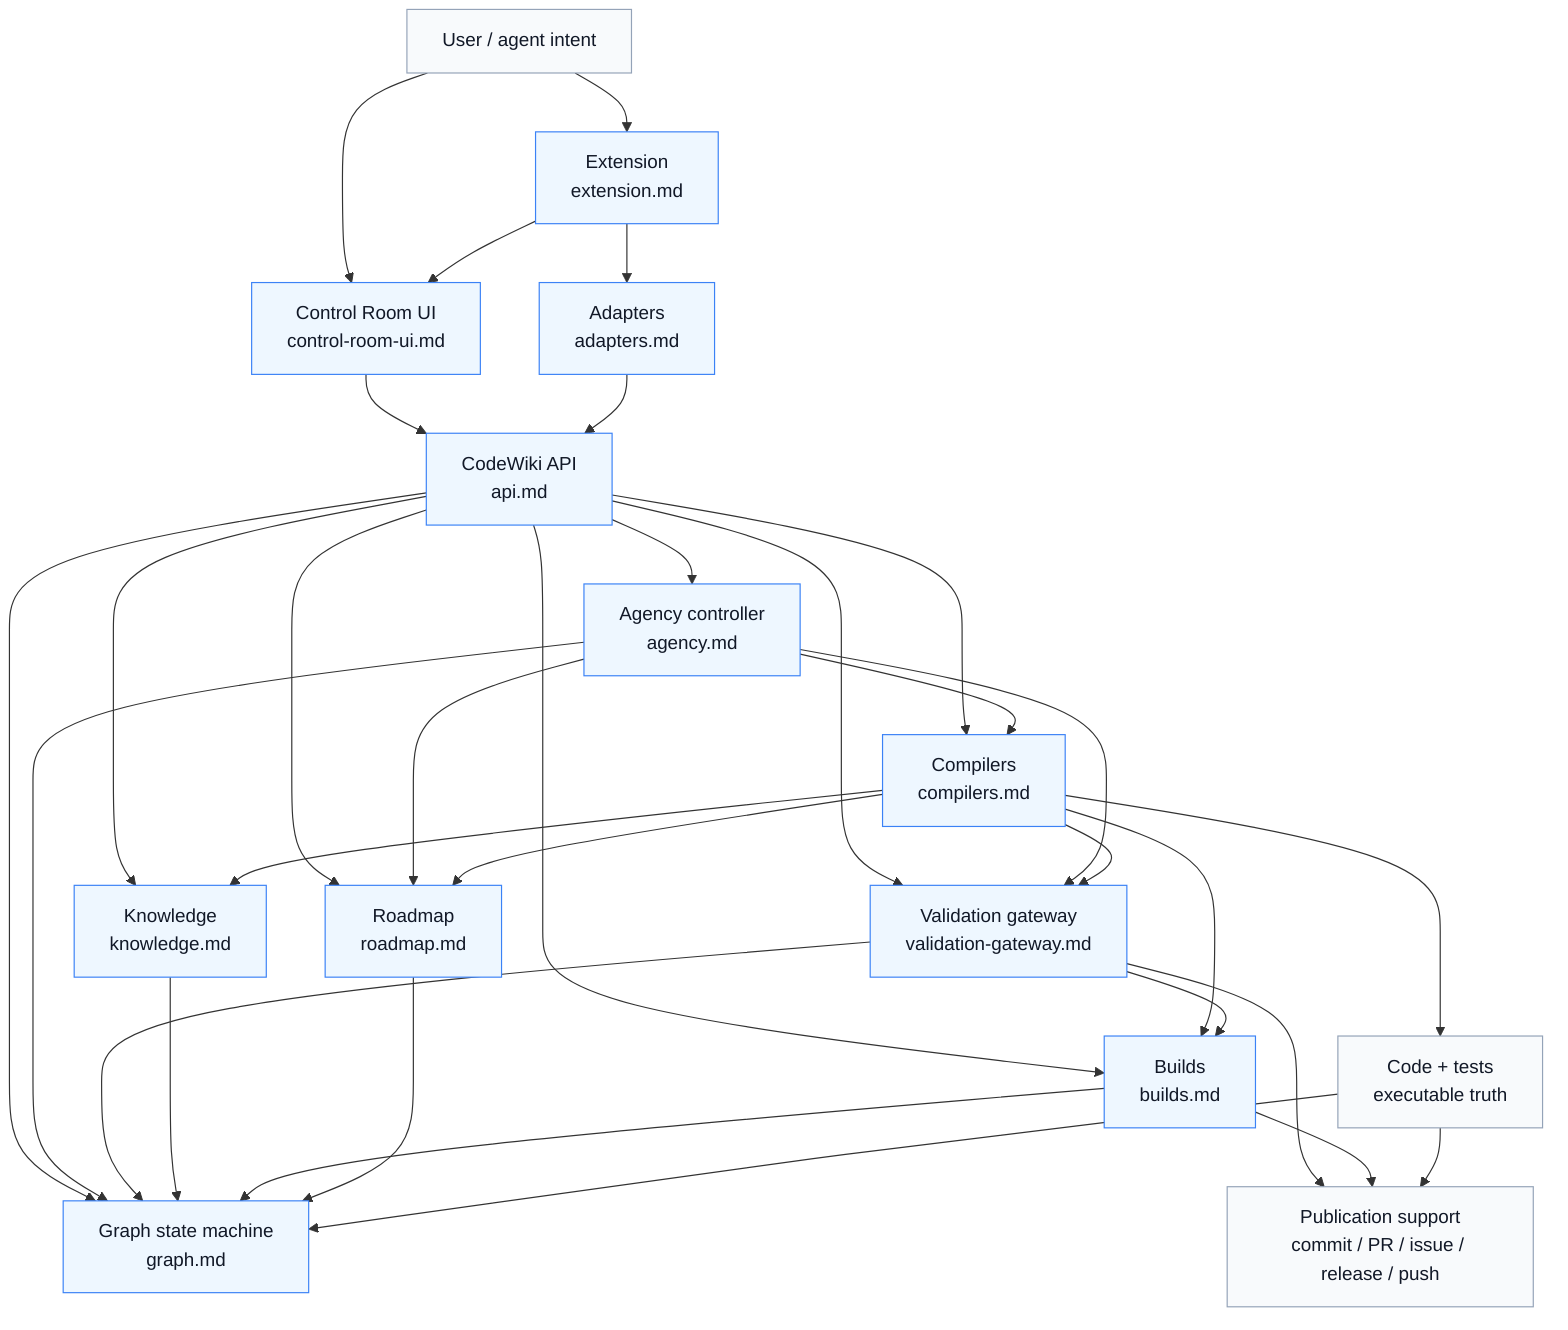
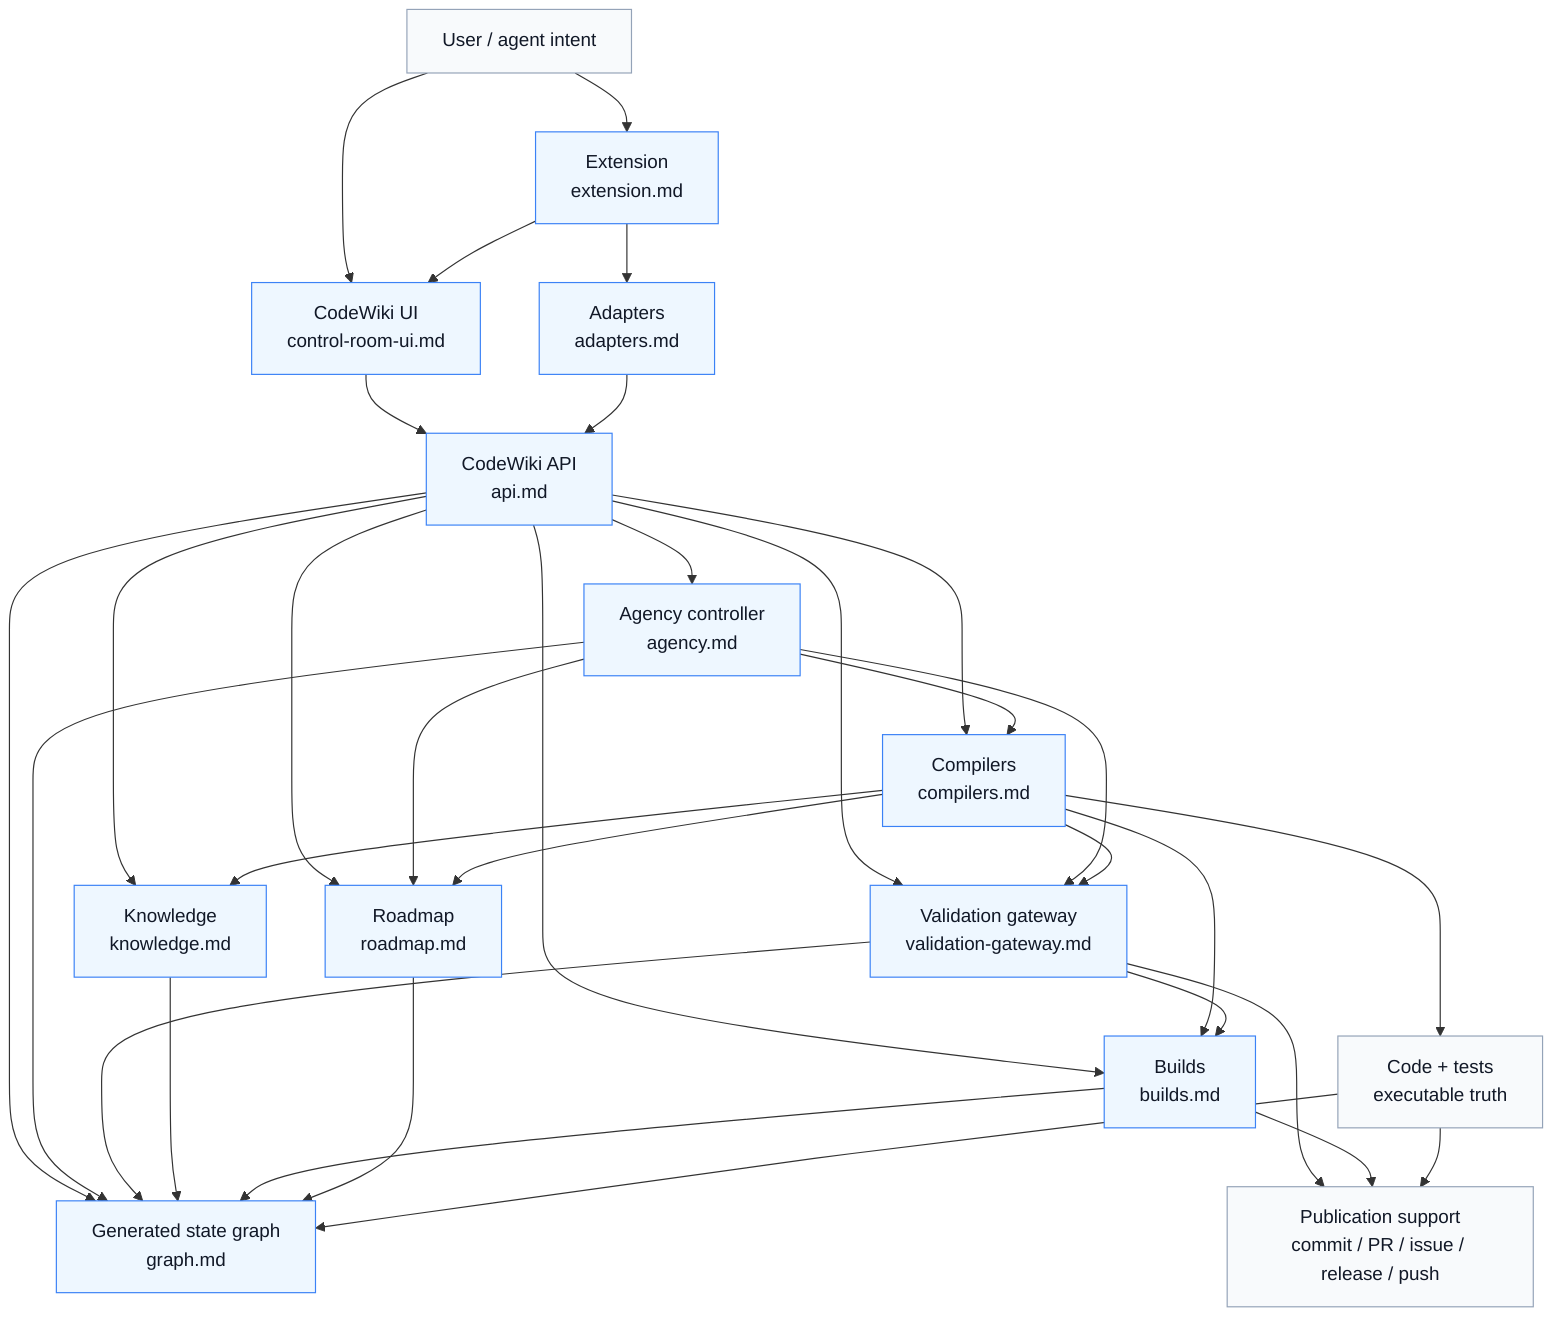
%% CodeWiki system architecture
%% id: spec.system.architecture
- %% updated: 2026-05-09
+ %% updated: 2026-05-16

flowchart TD
  User["User / agent intent"]
-   ControlRoom["Control Room UI\ncontrol-room-ui.md"]
+   ControlRoom["CodeWiki UI\ncontrol-room-ui.md"]
  Extension["Extension\nextension.md"]
  Adapters["Adapters\nadapters.md"]
  API["CodeWiki API\napi.md"]
  Agency["Agency controller\nagency.md"]
  Compilers["Compilers\ncompilers.md"]
  Gateway["Validation gateway\nvalidation-gateway.md"]
  Knowledge["Knowledge\nknowledge.md"]
  Builds["Builds\nbuilds.md"]
  Roadmap["Roadmap\nroadmap.md"]
-   Graph["Graph state machine\ngraph.md"]
+   Graph["Generated state graph\ngraph.md"]
  CodeTests["Code + tests\nexecutable truth"]
  Publication["Publication support\ncommit / PR / issue / release / push"]

  User --> ControlRoom
  User --> Extension
  Extension --> ControlRoom
  Extension --> Adapters
  ControlRoom --> API
  Adapters --> API

  API --> Agency
  API --> Compilers
  API --> Knowledge
  API --> Builds
  API --> Roadmap
  API --> Graph
  API --> Gateway

  Agency --> Graph
  Agency --> Roadmap
  Agency --> Compilers
  Agency --> Gateway

  Compilers --> Builds
  Compilers --> Knowledge
  Compilers --> Roadmap
  Compilers --> CodeTests
  Compilers --> Gateway

  Gateway --> Builds
  Gateway --> Graph
  Gateway --> Publication

  Knowledge --> Graph
  Builds --> Graph
  Roadmap --> Graph
  CodeTests --> Graph

  Builds --> Publication
  CodeTests --> Publication

  classDef component fill:#eef7ff,stroke:#3b82f6,stroke-width:1px,color:#111827;
  classDef artifact fill:#f8fafc,stroke:#94a3b8,stroke-width:1px,color:#111827;
  class ControlRoom,Extension,Adapters,API,Agency,Compilers,Gateway,Knowledge,Builds,Roadmap,Graph component;
  class User,CodeTests,Publication artifact;
